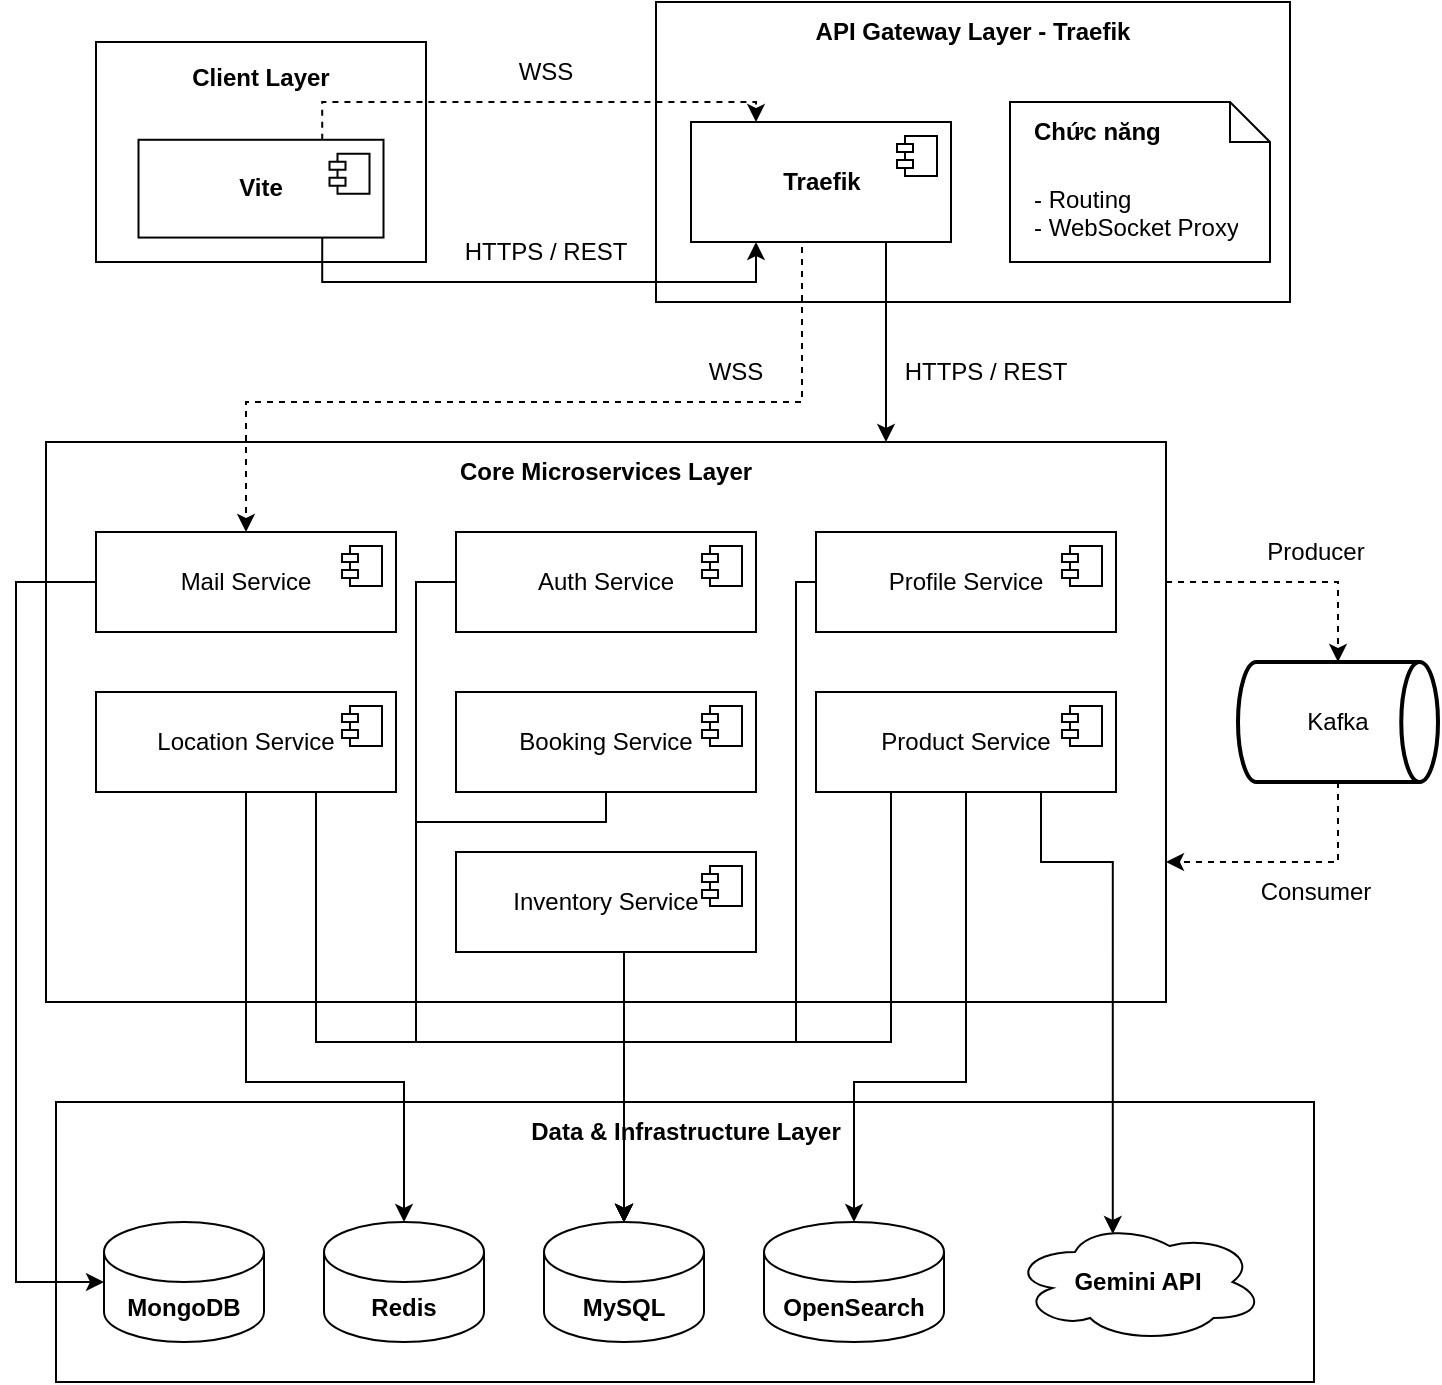
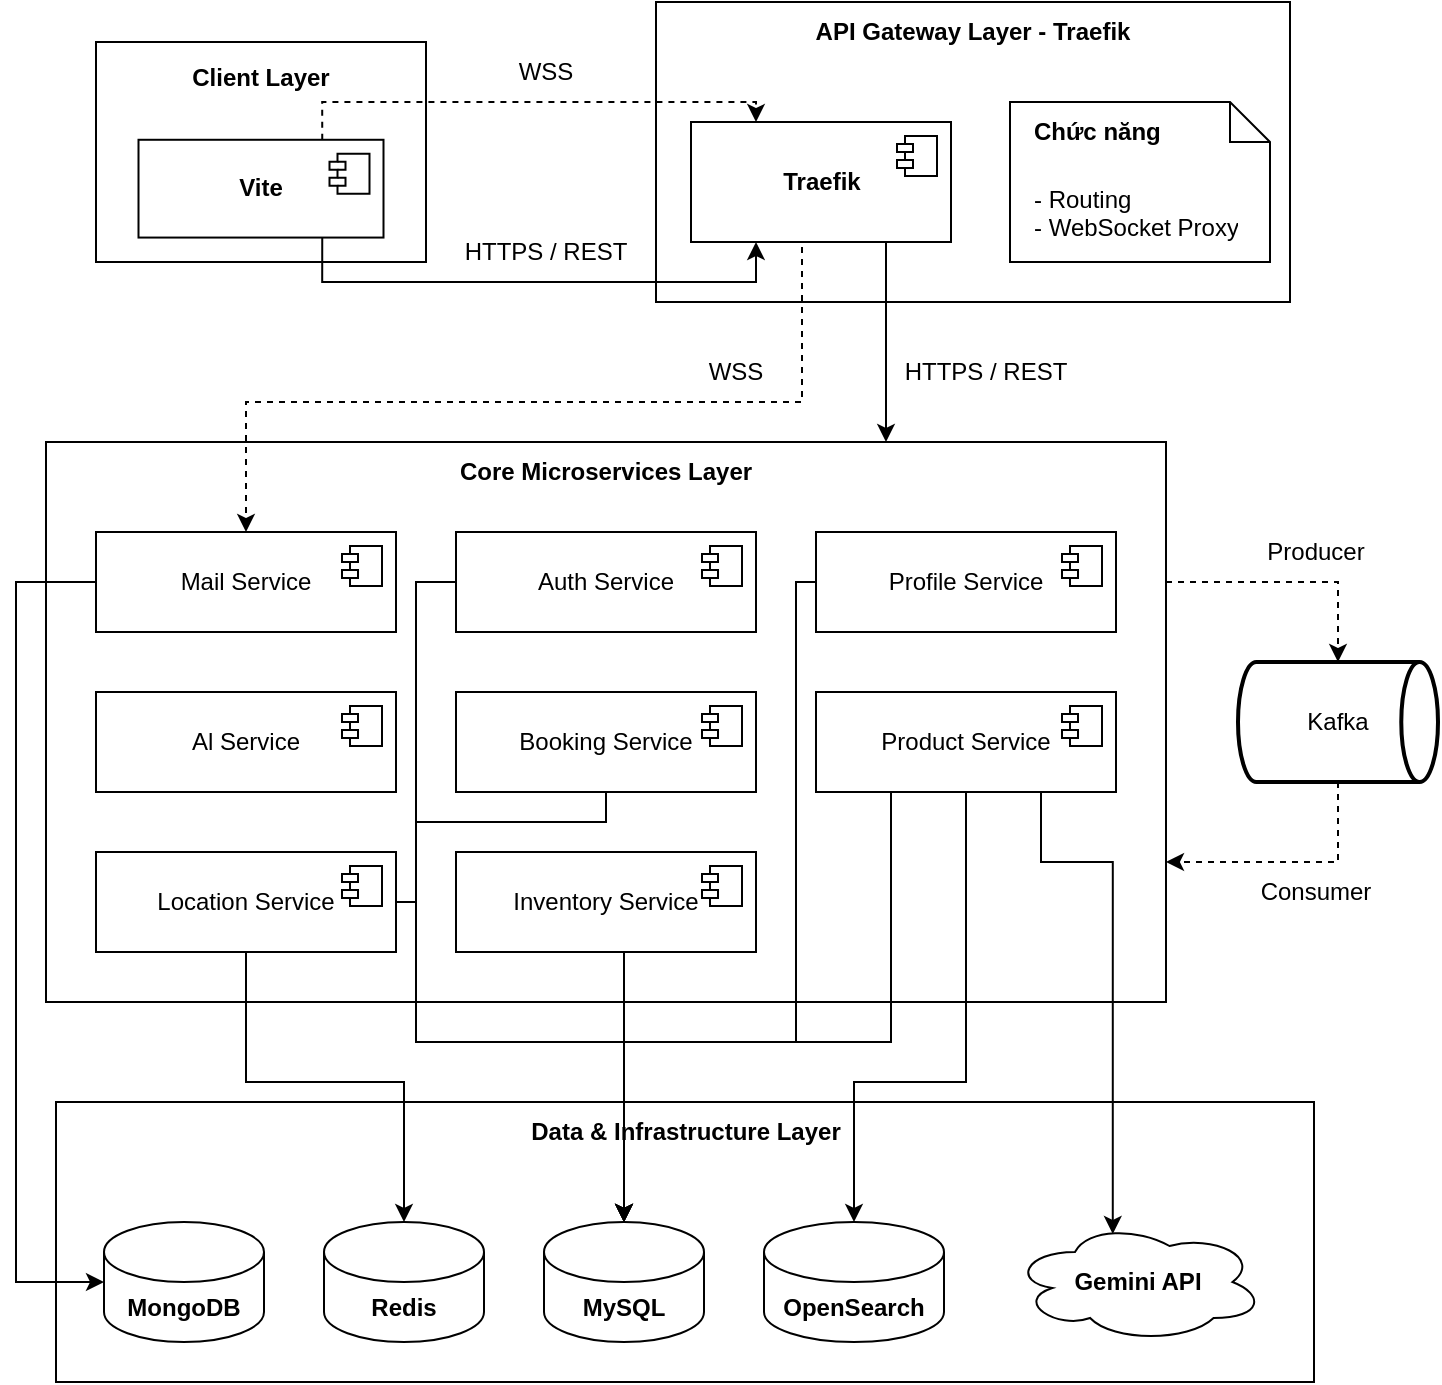
<mxfile host="app.diagrams.net">
  <diagram name="Page-1" id="1HV6nrDbPn8ue7VEjW4Q">
-     <mxGraphModel dx="1312" dy="717" grid="1" gridSize="10" guides="1" tooltips="1" connect="1" arrows="1" fold="1" page="1" pageScale="1" pageWidth="850" pageHeight="1100" math="0" shadow="0">
+     <mxGraphModel dx="562" dy="307" grid="1" gridSize="10" guides="1" tooltips="1" connect="1" arrows="1" fold="1" page="1" pageScale="1" pageWidth="850" pageHeight="1100" math="0" shadow="0">
      <root>
        <mxCell id="0" />
        <mxCell id="1" parent="0" />
        <mxCell id="k4kWO8JlYGGEw5ssqChO-6" connectable="0" parent="1" style="group" value="" vertex="1">
          <mxGeometry height="110" width="165" x="170" y="310" as="geometry" />
        </mxCell>
        <mxCell id="k4kWO8JlYGGEw5ssqChO-2" parent="k4kWO8JlYGGEw5ssqChO-6" style="rounded=0;whiteSpace=wrap;html=1;" value="" vertex="1">
          <mxGeometry height="110.00000000000001" width="165" as="geometry" />
        </mxCell>
        <mxCell id="k4kWO8JlYGGEw5ssqChO-3" parent="k4kWO8JlYGGEw5ssqChO-6" style="text;html=1;whiteSpace=wrap;strokeColor=none;fillColor=none;align=center;verticalAlign=middle;rounded=0;fontStyle=1" value="Client Layer" vertex="1">
          <mxGeometry height="36.66666666666667" width="165" as="geometry" />
        </mxCell>
        <mxCell id="k4kWO8JlYGGEw5ssqChO-4" parent="k4kWO8JlYGGEw5ssqChO-6" style="html=1;dropTarget=0;whiteSpace=wrap;fontStyle=1" value="Vite" vertex="1">
          <mxGeometry height="48.88888888888889" width="122.5" x="21.25" y="48.88888888888889" as="geometry" />
        </mxCell>
        <mxCell id="k4kWO8JlYGGEw5ssqChO-5" parent="k4kWO8JlYGGEw5ssqChO-4" style="shape=module;jettyWidth=8;jettyHeight=4;" value="" vertex="1">
          <mxGeometry height="20" relative="1" width="20" x="1" as="geometry">
            <mxPoint x="-27" y="7" as="offset" />
          </mxGeometry>
        </mxCell>
        <mxCell id="k4kWO8JlYGGEw5ssqChO-18" connectable="0" parent="1" style="group;fontStyle=0" value="" vertex="1">
          <mxGeometry height="150" width="317" x="450" y="290" as="geometry" />
        </mxCell>
        <mxCell id="k4kWO8JlYGGEw5ssqChO-8" parent="k4kWO8JlYGGEw5ssqChO-18" style="rounded=0;whiteSpace=wrap;html=1;" value="" vertex="1">
          <mxGeometry height="150" width="317" as="geometry" />
        </mxCell>
        <mxCell id="k4kWO8JlYGGEw5ssqChO-9" parent="k4kWO8JlYGGEw5ssqChO-18" style="text;html=1;whiteSpace=wrap;strokeColor=none;fillColor=none;align=center;verticalAlign=middle;rounded=0;fontStyle=1" value="API Gateway Layer - Traefik" vertex="1">
          <mxGeometry height="30" width="317" as="geometry" />
        </mxCell>
        <mxCell id="k4kWO8JlYGGEw5ssqChO-10" parent="k4kWO8JlYGGEw5ssqChO-18" style="html=1;dropTarget=0;whiteSpace=wrap;fontStyle=1" value="Traefik" vertex="1">
          <mxGeometry height="60" width="130" x="17.5" y="60" as="geometry" />
        </mxCell>
        <mxCell id="k4kWO8JlYGGEw5ssqChO-11" parent="k4kWO8JlYGGEw5ssqChO-10" style="shape=module;jettyWidth=8;jettyHeight=4;" value="" vertex="1">
          <mxGeometry height="20" relative="1" width="20" x="1" as="geometry">
            <mxPoint x="-27" y="7" as="offset" />
          </mxGeometry>
        </mxCell>
        <mxCell id="k4kWO8JlYGGEw5ssqChO-17" connectable="0" parent="k4kWO8JlYGGEw5ssqChO-18" style="group" value="" vertex="1">
          <mxGeometry height="90" width="130" x="177" y="40" as="geometry" />
        </mxCell>
        <mxCell id="k4kWO8JlYGGEw5ssqChO-12" parent="k4kWO8JlYGGEw5ssqChO-17" style="shape=note;size=20;whiteSpace=wrap;html=1;" value="" vertex="1">
          <mxGeometry height="80" width="130" y="10" as="geometry" />
        </mxCell>
        <mxCell id="k4kWO8JlYGGEw5ssqChO-13" parent="k4kWO8JlYGGEw5ssqChO-17" style="text;html=1;whiteSpace=wrap;overflow=hidden;rounded=0;" value="&lt;h1 style=&quot;margin-top: 0px;&quot;&gt;&lt;font style=&quot;font-size: 12px;&quot;&gt;Chức năng&lt;/font&gt;&lt;/h1&gt;&lt;p&gt;- Routing&lt;br&gt;- WebSocket Proxy&lt;/p&gt;" vertex="1">
          <mxGeometry height="90" width="110" x="10" as="geometry" />
        </mxCell>
        <mxCell id="k4kWO8JlYGGEw5ssqChO-21" parent="1" style="text;html=1;whiteSpace=wrap;strokeColor=none;fillColor=none;align=center;verticalAlign=middle;rounded=0;fontStyle=0" value="HTTPS / REST" vertex="1">
          <mxGeometry height="30" width="90" x="350" y="400" as="geometry" />
        </mxCell>
        <mxCell id="k4kWO8JlYGGEw5ssqChO-22" parent="1" style="text;html=1;whiteSpace=wrap;strokeColor=none;fillColor=none;align=center;verticalAlign=middle;rounded=0;fontStyle=0" value="WSS" vertex="1">
          <mxGeometry height="30" width="60" x="365" y="310" as="geometry" />
        </mxCell>
        <mxCell id="k4kWO8JlYGGEw5ssqChO-53" connectable="0" parent="1" style="group" value="" vertex="1">
          <mxGeometry height="280" width="560" x="145" y="510" as="geometry" />
        </mxCell>
        <mxCell id="k4kWO8JlYGGEw5ssqChO-33" parent="k4kWO8JlYGGEw5ssqChO-53" style="rounded=0;whiteSpace=wrap;html=1;" value="" vertex="1">
          <mxGeometry height="280" width="560" as="geometry" />
        </mxCell>
        <mxCell id="k4kWO8JlYGGEw5ssqChO-34" parent="k4kWO8JlYGGEw5ssqChO-53" style="text;html=1;whiteSpace=wrap;strokeColor=none;fillColor=none;align=center;verticalAlign=middle;rounded=0;fontStyle=1" value="Core Microservices Layer" vertex="1">
          <mxGeometry height="30" width="560" as="geometry" />
        </mxCell>
        <mxCell id="k4kWO8JlYGGEw5ssqChO-52" connectable="0" parent="k4kWO8JlYGGEw5ssqChO-53" style="group" value="" vertex="1">
          <mxGeometry height="210" width="510" x="25" y="45" as="geometry" />
        </mxCell>
        <mxCell id="k4kWO8JlYGGEw5ssqChO-35" parent="k4kWO8JlYGGEw5ssqChO-52" style="html=1;dropTarget=0;whiteSpace=wrap;" value="Auth Service" vertex="1">
          <mxGeometry height="50" width="150" x="180" as="geometry" />
        </mxCell>
        <mxCell id="k4kWO8JlYGGEw5ssqChO-36" parent="k4kWO8JlYGGEw5ssqChO-35" style="shape=module;jettyWidth=8;jettyHeight=4;" value="" vertex="1">
          <mxGeometry height="20" relative="1" width="20" x="1" as="geometry">
            <mxPoint x="-27" y="7" as="offset" />
          </mxGeometry>
        </mxCell>
        <mxCell id="k4kWO8JlYGGEw5ssqChO-37" parent="k4kWO8JlYGGEw5ssqChO-52" style="html=1;dropTarget=0;whiteSpace=wrap;" value="Profile Service" vertex="1">
          <mxGeometry height="50" width="150" x="360" as="geometry" />
        </mxCell>
        <mxCell id="k4kWO8JlYGGEw5ssqChO-38" parent="k4kWO8JlYGGEw5ssqChO-37" style="shape=module;jettyWidth=8;jettyHeight=4;" value="" vertex="1">
          <mxGeometry height="20" relative="1" width="20" x="1" as="geometry">
            <mxPoint x="-27" y="7" as="offset" />
          </mxGeometry>
        </mxCell>
        <mxCell id="k4kWO8JlYGGEw5ssqChO-39" parent="k4kWO8JlYGGEw5ssqChO-52" style="html=1;dropTarget=0;whiteSpace=wrap;" value="Mail Service" vertex="1">
          <mxGeometry height="50" width="150" as="geometry" />
        </mxCell>
        <mxCell id="k4kWO8JlYGGEw5ssqChO-40" parent="k4kWO8JlYGGEw5ssqChO-39" style="shape=module;jettyWidth=8;jettyHeight=4;" value="" vertex="1">
          <mxGeometry height="20" relative="1" width="20" x="1" as="geometry">
            <mxPoint x="-27" y="7" as="offset" />
          </mxGeometry>
        </mxCell>
-         <mxCell id="k4kWO8JlYGGEw5ssqChO-41" parent="k4kWO8JlYGGEw5ssqChO-52" style="html=1;dropTarget=0;whiteSpace=wrap;" value="Location Service" vertex="1">
-           <mxGeometry height="50" width="150" y="80" as="geometry" />
-         </mxCell>
-         <mxCell id="k4kWO8JlYGGEw5ssqChO-42" parent="k4kWO8JlYGGEw5ssqChO-41" style="shape=module;jettyWidth=8;jettyHeight=4;" value="" vertex="1">
-           <mxGeometry height="20" relative="1" width="20" x="1" as="geometry">
-             <mxPoint x="-27" y="7" as="offset" />
-           </mxGeometry>
-         </mxCell>
        <mxCell id="k4kWO8JlYGGEw5ssqChO-43" parent="k4kWO8JlYGGEw5ssqChO-52" style="html=1;dropTarget=0;whiteSpace=wrap;" value="Product Service" vertex="1">
          <mxGeometry height="50" width="150" x="360" y="80" as="geometry" />
        </mxCell>
        <mxCell id="k4kWO8JlYGGEw5ssqChO-44" parent="k4kWO8JlYGGEw5ssqChO-43" style="shape=module;jettyWidth=8;jettyHeight=4;" value="" vertex="1">
          <mxGeometry height="20" relative="1" width="20" x="1" as="geometry">
            <mxPoint x="-27" y="7" as="offset" />
          </mxGeometry>
        </mxCell>
        <mxCell id="k4kWO8JlYGGEw5ssqChO-45" parent="k4kWO8JlYGGEw5ssqChO-52" style="html=1;dropTarget=0;whiteSpace=wrap;" value="Booking Service" vertex="1">
          <mxGeometry height="50" width="150" x="180" y="80" as="geometry" />
        </mxCell>
        <mxCell id="k4kWO8JlYGGEw5ssqChO-46" parent="k4kWO8JlYGGEw5ssqChO-45" style="shape=module;jettyWidth=8;jettyHeight=4;" value="" vertex="1">
          <mxGeometry height="20" relative="1" width="20" x="1" as="geometry">
            <mxPoint x="-27" y="7" as="offset" />
          </mxGeometry>
        </mxCell>
        <mxCell id="k4kWO8JlYGGEw5ssqChO-50" parent="k4kWO8JlYGGEw5ssqChO-52" style="html=1;dropTarget=0;whiteSpace=wrap;" value="Inventory Service" vertex="1">
          <mxGeometry height="50" width="150" x="180" y="160" as="geometry" />
        </mxCell>
        <mxCell id="k4kWO8JlYGGEw5ssqChO-51" parent="k4kWO8JlYGGEw5ssqChO-50" style="shape=module;jettyWidth=8;jettyHeight=4;" value="" vertex="1">
+           <mxGeometry height="20" relative="1" width="20" x="1" as="geometry">
+             <mxPoint x="-27" y="7" as="offset" />
+           </mxGeometry>
+         </mxCell>
+         <mxCell id="k4kWO8JlYGGEw5ssqChO-76" edge="1" parent="k4kWO8JlYGGEw5ssqChO-52" source="k4kWO8JlYGGEw5ssqChO-43" style="edgeStyle=orthogonalEdgeStyle;rounded=0;orthogonalLoop=1;jettySize=auto;html=1;exitX=0.25;exitY=1;exitDx=0;exitDy=0;entryX=0.5;entryY=0;entryDx=0;entryDy=0;entryPerimeter=0;curved=0;" target="k4kWO8JlYGGEw5ssqChO-68">
+           <mxGeometry relative="1" as="geometry">
+             <Array as="points">
+               <mxPoint x="397" y="255" />
+               <mxPoint x="264" y="255" />
+             </Array>
+           </mxGeometry>
+         </mxCell>
+         <mxCell id="k4kWO8JlYGGEw5ssqChO-41" parent="k4kWO8JlYGGEw5ssqChO-53" style="html=1;dropTarget=0;whiteSpace=wrap;" value="Location Service" vertex="1">
+           <mxGeometry height="50" width="150" x="25" y="205" as="geometry" />
+         </mxCell>
+         <mxCell id="k4kWO8JlYGGEw5ssqChO-42" parent="k4kWO8JlYGGEw5ssqChO-41" style="shape=module;jettyWidth=8;jettyHeight=4;" value="" vertex="1">
+           <mxGeometry height="20" relative="1" width="20" x="1" as="geometry">
+             <mxPoint x="-27" y="7" as="offset" />
+           </mxGeometry>
+         </mxCell>
+         <mxCell id="nvvk57znyEexQOJ3zGMQ-3" parent="k4kWO8JlYGGEw5ssqChO-53" style="html=1;dropTarget=0;whiteSpace=wrap;" value="Al Service" vertex="1">
+           <mxGeometry height="50" width="150" x="25" y="125" as="geometry" />
+         </mxCell>
+         <mxCell id="nvvk57znyEexQOJ3zGMQ-4" parent="nvvk57znyEexQOJ3zGMQ-3" style="shape=module;jettyWidth=8;jettyHeight=4;" value="" vertex="1">
          <mxGeometry height="20" relative="1" width="20" x="1" as="geometry">
            <mxPoint x="-27" y="7" as="offset" />
          </mxGeometry>
        </mxCell>
        <mxCell id="k4kWO8JlYGGEw5ssqChO-59" edge="1" parent="1" source="k4kWO8JlYGGEw5ssqChO-10" style="edgeStyle=orthogonalEdgeStyle;rounded=0;orthogonalLoop=1;jettySize=auto;html=1;exitX=0.75;exitY=1;exitDx=0;exitDy=0;entryX=0.75;entryY=0;entryDx=0;entryDy=0;" target="k4kWO8JlYGGEw5ssqChO-34">
          <mxGeometry relative="1" as="geometry" />
        </mxCell>
        <mxCell id="k4kWO8JlYGGEw5ssqChO-60" edge="1" parent="1" source="k4kWO8JlYGGEw5ssqChO-10" style="edgeStyle=orthogonalEdgeStyle;rounded=0;orthogonalLoop=1;jettySize=auto;html=1;exitX=0.5;exitY=1;exitDx=0;exitDy=0;entryX=0.5;entryY=0;entryDx=0;entryDy=0;dashed=1;" target="k4kWO8JlYGGEw5ssqChO-39">
          <mxGeometry relative="1" as="geometry">
            <Array as="points">
              <mxPoint x="523" y="410" />
              <mxPoint x="523" y="490" />
              <mxPoint x="245" y="490" />
            </Array>
          </mxGeometry>
        </mxCell>
        <mxCell id="k4kWO8JlYGGEw5ssqChO-61" parent="1" style="text;html=1;whiteSpace=wrap;strokeColor=none;fillColor=none;align=center;verticalAlign=middle;rounded=0;fontStyle=0" value="HTTPS / REST" vertex="1">
          <mxGeometry height="30" width="90" x="570" y="460" as="geometry" />
        </mxCell>
        <mxCell id="k4kWO8JlYGGEw5ssqChO-62" parent="1" style="text;html=1;whiteSpace=wrap;strokeColor=none;fillColor=none;align=center;verticalAlign=middle;rounded=0;fontStyle=0" value="WSS" vertex="1">
          <mxGeometry height="30" width="60" x="460" y="460" as="geometry" />
        </mxCell>
        <mxCell id="k4kWO8JlYGGEw5ssqChO-73" connectable="0" parent="1" style="group" value="" vertex="1">
          <mxGeometry height="140" width="630" x="150" y="840" as="geometry" />
        </mxCell>
        <mxCell id="k4kWO8JlYGGEw5ssqChO-71" parent="k4kWO8JlYGGEw5ssqChO-73" style="whiteSpace=wrap;html=1;" value="" vertex="1">
          <mxGeometry height="140" width="629" as="geometry" />
        </mxCell>
        <mxCell id="k4kWO8JlYGGEw5ssqChO-72" connectable="0" parent="k4kWO8JlYGGEw5ssqChO-73" style="group" value="" vertex="1">
          <mxGeometry height="60" width="580" x="24" y="60" as="geometry" />
        </mxCell>
        <mxCell id="k4kWO8JlYGGEw5ssqChO-68" parent="k4kWO8JlYGGEw5ssqChO-72" style="shape=cylinder3;whiteSpace=wrap;html=1;boundedLbl=1;backgroundOutline=1;size=15;fontStyle=1" value="MySQL" vertex="1">
          <mxGeometry height="60" width="80" x="220" as="geometry" />
        </mxCell>
        <mxCell id="k4kWO8JlYGGEw5ssqChO-69" parent="k4kWO8JlYGGEw5ssqChO-72" style="shape=cylinder3;whiteSpace=wrap;html=1;boundedLbl=1;backgroundOutline=1;size=15;fontStyle=1" value="OpenSearch" vertex="1">
          <mxGeometry height="60" width="90" x="330" as="geometry" />
        </mxCell>
        <mxCell id="k4kWO8JlYGGEw5ssqChO-64" parent="k4kWO8JlYGGEw5ssqChO-72" style="ellipse;shape=cloud;whiteSpace=wrap;html=1;fontStyle=1" value="Gemini API" vertex="1">
          <mxGeometry height="60" width="126.02" x="453.98" as="geometry" />
        </mxCell>
        <mxCell id="k4kWO8JlYGGEw5ssqChO-67" parent="k4kWO8JlYGGEw5ssqChO-72" style="shape=cylinder3;whiteSpace=wrap;html=1;boundedLbl=1;backgroundOutline=1;size=15;fontStyle=1" value="Redis" vertex="1">
          <mxGeometry height="60" width="80" x="110" as="geometry" />
        </mxCell>
        <mxCell id="k4kWO8JlYGGEw5ssqChO-65" parent="k4kWO8JlYGGEw5ssqChO-72" style="shape=cylinder3;whiteSpace=wrap;html=1;boundedLbl=1;backgroundOutline=1;size=15;fontStyle=1" value="MongoDB" vertex="1">
          <mxGeometry height="60" width="80" as="geometry" />
        </mxCell>
        <mxCell id="k4kWO8JlYGGEw5ssqChO-85" parent="k4kWO8JlYGGEw5ssqChO-73" style="text;html=1;whiteSpace=wrap;strokeColor=none;fillColor=none;align=center;verticalAlign=middle;rounded=0;fontStyle=1" value="&lt;p dir=&quot;auto&quot; style=&quot;white-space: pre-wrap;&quot;&gt;Data &amp;amp; Infrastructure Layer&lt;/p&gt;" vertex="1">
          <mxGeometry height="30" width="630" as="geometry" />
        </mxCell>
        <mxCell id="k4kWO8JlYGGEw5ssqChO-74" edge="1" parent="1" source="k4kWO8JlYGGEw5ssqChO-43" style="rounded=0;orthogonalLoop=1;jettySize=auto;html=1;exitX=0.75;exitY=1;exitDx=0;exitDy=0;entryX=0.4;entryY=0.1;entryDx=0;entryDy=0;entryPerimeter=0;edgeStyle=orthogonalEdgeStyle;" target="k4kWO8JlYGGEw5ssqChO-64">
          <mxGeometry relative="1" as="geometry">
            <Array as="points">
              <mxPoint x="643" y="720" />
              <mxPoint x="678" y="720" />
            </Array>
          </mxGeometry>
        </mxCell>
        <mxCell id="k4kWO8JlYGGEw5ssqChO-75" edge="1" parent="1" source="k4kWO8JlYGGEw5ssqChO-43" style="rounded=0;orthogonalLoop=1;jettySize=auto;html=1;exitX=0.5;exitY=1;exitDx=0;exitDy=0;entryX=0.5;entryY=0;entryDx=0;entryDy=0;entryPerimeter=0;edgeStyle=orthogonalEdgeStyle;" target="k4kWO8JlYGGEw5ssqChO-69">
          <mxGeometry relative="1" as="geometry">
            <Array as="points">
              <mxPoint x="605" y="830" />
              <mxPoint x="549" y="830" />
-             </Array>
-           </mxGeometry>
-         </mxCell>
-         <mxCell id="k4kWO8JlYGGEw5ssqChO-76" edge="1" parent="1" source="k4kWO8JlYGGEw5ssqChO-43" style="edgeStyle=orthogonalEdgeStyle;rounded=0;orthogonalLoop=1;jettySize=auto;html=1;exitX=0.25;exitY=1;exitDx=0;exitDy=0;entryX=0.5;entryY=0;entryDx=0;entryDy=0;entryPerimeter=0;" target="k4kWO8JlYGGEw5ssqChO-68">
-           <mxGeometry relative="1" as="geometry">
-             <Array as="points">
-               <mxPoint x="568" y="810" />
-               <mxPoint x="434" y="810" />
            </Array>
          </mxGeometry>
        </mxCell>
        <mxCell id="k4kWO8JlYGGEw5ssqChO-77" edge="1" parent="1" source="k4kWO8JlYGGEw5ssqChO-37" style="edgeStyle=orthogonalEdgeStyle;rounded=0;orthogonalLoop=1;jettySize=auto;html=1;exitX=0;exitY=0.5;exitDx=0;exitDy=0;entryX=0.5;entryY=0;entryDx=0;entryDy=0;entryPerimeter=0;" target="k4kWO8JlYGGEw5ssqChO-68">
          <mxGeometry relative="1" as="geometry">
            <Array as="points">
              <mxPoint x="520" y="580" />
              <mxPoint x="520" y="810" />
              <mxPoint x="434" y="810" />
            </Array>
          </mxGeometry>
        </mxCell>
        <mxCell id="k4kWO8JlYGGEw5ssqChO-78" edge="1" parent="1" source="k4kWO8JlYGGEw5ssqChO-50" style="edgeStyle=orthogonalEdgeStyle;rounded=0;orthogonalLoop=1;jettySize=auto;html=1;exitX=0.5;exitY=1;exitDx=0;exitDy=0;entryX=0.5;entryY=0;entryDx=0;entryDy=0;entryPerimeter=0;" target="k4kWO8JlYGGEw5ssqChO-68">
          <mxGeometry relative="1" as="geometry">
            <Array as="points">
              <mxPoint x="434" y="765" />
            </Array>
          </mxGeometry>
        </mxCell>
        <mxCell id="k4kWO8JlYGGEw5ssqChO-79" edge="1" parent="1" source="k4kWO8JlYGGEw5ssqChO-45" style="edgeStyle=orthogonalEdgeStyle;rounded=0;orthogonalLoop=1;jettySize=auto;html=1;exitX=0.5;exitY=1;exitDx=0;exitDy=0;entryX=0.5;entryY=0;entryDx=0;entryDy=0;entryPerimeter=0;" target="k4kWO8JlYGGEw5ssqChO-68">
          <mxGeometry relative="1" as="geometry">
            <Array as="points">
              <mxPoint x="425" y="700" />
              <mxPoint x="330" y="700" />
              <mxPoint x="330" y="810" />
              <mxPoint x="434" y="810" />
            </Array>
          </mxGeometry>
        </mxCell>
        <mxCell id="k4kWO8JlYGGEw5ssqChO-81" edge="1" parent="1" source="k4kWO8JlYGGEw5ssqChO-35" style="edgeStyle=orthogonalEdgeStyle;rounded=0;orthogonalLoop=1;jettySize=auto;html=1;exitX=0;exitY=0.5;exitDx=0;exitDy=0;entryX=0.5;entryY=0;entryDx=0;entryDy=0;entryPerimeter=0;" target="k4kWO8JlYGGEw5ssqChO-68">
          <mxGeometry relative="1" as="geometry">
            <Array as="points">
              <mxPoint x="330" y="580" />
              <mxPoint x="330" y="810" />
              <mxPoint x="434" y="810" />
            </Array>
          </mxGeometry>
        </mxCell>
-         <mxCell id="k4kWO8JlYGGEw5ssqChO-82" edge="1" parent="1" source="k4kWO8JlYGGEw5ssqChO-41" style="edgeStyle=orthogonalEdgeStyle;rounded=0;orthogonalLoop=1;jettySize=auto;html=1;exitX=0.75;exitY=1;exitDx=0;exitDy=0;entryX=0.5;entryY=0;entryDx=0;entryDy=0;entryPerimeter=0;" target="k4kWO8JlYGGEw5ssqChO-68">
-           <mxGeometry relative="1" as="geometry">
-             <Array as="points">
-               <mxPoint x="280" y="685" />
-               <mxPoint x="280" y="810" />
+         <mxCell id="k4kWO8JlYGGEw5ssqChO-82" edge="1" parent="1" source="k4kWO8JlYGGEw5ssqChO-41" style="edgeStyle=orthogonalEdgeStyle;rounded=0;orthogonalLoop=1;jettySize=auto;html=1;exitX=1;exitY=0.5;exitDx=0;exitDy=0;entryX=0.5;entryY=0;entryDx=0;entryDy=0;entryPerimeter=0;" target="k4kWO8JlYGGEw5ssqChO-68">
+           <mxGeometry relative="1" as="geometry">
+             <Array as="points">
+               <mxPoint x="330" y="740" />
+               <mxPoint x="330" y="810" />
              <mxPoint x="434" y="810" />
            </Array>
          </mxGeometry>
        </mxCell>
        <mxCell id="k4kWO8JlYGGEw5ssqChO-83" edge="1" parent="1" source="k4kWO8JlYGGEw5ssqChO-41" style="edgeStyle=orthogonalEdgeStyle;rounded=0;orthogonalLoop=1;jettySize=auto;html=1;exitX=0.5;exitY=1;exitDx=0;exitDy=0;entryX=0.5;entryY=0;entryDx=0;entryDy=0;entryPerimeter=0;" target="k4kWO8JlYGGEw5ssqChO-67">
          <mxGeometry relative="1" as="geometry">
            <Array as="points">
              <mxPoint x="245" y="830" />
              <mxPoint x="324" y="830" />
            </Array>
          </mxGeometry>
        </mxCell>
        <mxCell id="k4kWO8JlYGGEw5ssqChO-84" edge="1" parent="1" source="k4kWO8JlYGGEw5ssqChO-39" style="edgeStyle=orthogonalEdgeStyle;rounded=0;orthogonalLoop=1;jettySize=auto;html=1;exitX=0;exitY=0.5;exitDx=0;exitDy=0;entryX=0;entryY=0.5;entryDx=0;entryDy=0;entryPerimeter=0;" target="k4kWO8JlYGGEw5ssqChO-65">
          <mxGeometry relative="1" as="geometry">
            <Array as="points">
              <mxPoint x="130" y="580" />
              <mxPoint x="130" y="930" />
            </Array>
          </mxGeometry>
        </mxCell>
        <mxCell id="k4kWO8JlYGGEw5ssqChO-88" edge="1" parent="1" source="k4kWO8JlYGGEw5ssqChO-86" style="edgeStyle=orthogonalEdgeStyle;rounded=0;orthogonalLoop=1;jettySize=auto;html=1;exitX=0.5;exitY=1;exitDx=0;exitDy=0;exitPerimeter=0;entryX=1;entryY=0.75;entryDx=0;entryDy=0;dashed=1;" target="k4kWO8JlYGGEw5ssqChO-33">
          <mxGeometry relative="1" as="geometry">
            <Array as="points">
              <mxPoint x="791" y="720" />
            </Array>
          </mxGeometry>
        </mxCell>
        <mxCell id="k4kWO8JlYGGEw5ssqChO-86" parent="1" style="strokeWidth=2;html=1;shape=mxgraph.flowchart.direct_data;whiteSpace=wrap;" value="Kafka" vertex="1">
          <mxGeometry height="60" width="100" x="741" y="620" as="geometry" />
        </mxCell>
        <mxCell id="k4kWO8JlYGGEw5ssqChO-87" edge="1" parent="1" source="k4kWO8JlYGGEw5ssqChO-33" style="edgeStyle=orthogonalEdgeStyle;rounded=0;orthogonalLoop=1;jettySize=auto;html=1;exitX=1;exitY=0.25;exitDx=0;exitDy=0;entryX=0.5;entryY=0;entryDx=0;entryDy=0;entryPerimeter=0;dashed=1;" target="k4kWO8JlYGGEw5ssqChO-86">
          <mxGeometry relative="1" as="geometry">
            <Array as="points">
              <mxPoint x="791" y="580" />
            </Array>
          </mxGeometry>
        </mxCell>
        <mxCell id="k4kWO8JlYGGEw5ssqChO-89" parent="1" style="text;html=1;whiteSpace=wrap;strokeColor=none;fillColor=none;align=center;verticalAlign=middle;rounded=0;" value="Producer" vertex="1">
          <mxGeometry height="30" width="60" x="750" y="550" as="geometry" />
        </mxCell>
        <mxCell id="k4kWO8JlYGGEw5ssqChO-90" parent="1" style="text;html=1;whiteSpace=wrap;strokeColor=none;fillColor=none;align=center;verticalAlign=middle;rounded=0;" value="Consumer" vertex="1">
          <mxGeometry height="30" width="60" x="750" y="720" as="geometry" />
        </mxCell>
        <mxCell id="y1jE5EqJ6giziG1CP5q4-2" edge="1" parent="1" source="k4kWO8JlYGGEw5ssqChO-4" style="edgeStyle=orthogonalEdgeStyle;rounded=0;orthogonalLoop=1;jettySize=auto;html=1;exitX=0.75;exitY=1;exitDx=0;exitDy=0;entryX=0.25;entryY=1;entryDx=0;entryDy=0;" target="k4kWO8JlYGGEw5ssqChO-10">
          <mxGeometry relative="1" as="geometry">
            <Array as="points">
              <mxPoint x="303" y="430" />
              <mxPoint x="490" y="430" />
            </Array>
          </mxGeometry>
        </mxCell>
        <mxCell id="y1jE5EqJ6giziG1CP5q4-3" edge="1" parent="1" source="k4kWO8JlYGGEw5ssqChO-4" style="edgeStyle=orthogonalEdgeStyle;rounded=0;orthogonalLoop=1;jettySize=auto;html=1;exitX=0.75;exitY=0;exitDx=0;exitDy=0;entryX=0.25;entryY=0;entryDx=0;entryDy=0;dashed=1;" target="k4kWO8JlYGGEw5ssqChO-10">
          <mxGeometry relative="1" as="geometry">
            <Array as="points">
              <mxPoint x="303" y="340" />
              <mxPoint x="490" y="340" />
            </Array>
          </mxGeometry>
        </mxCell>
      </root>
    </mxGraphModel>
  </diagram>
</mxfile>
